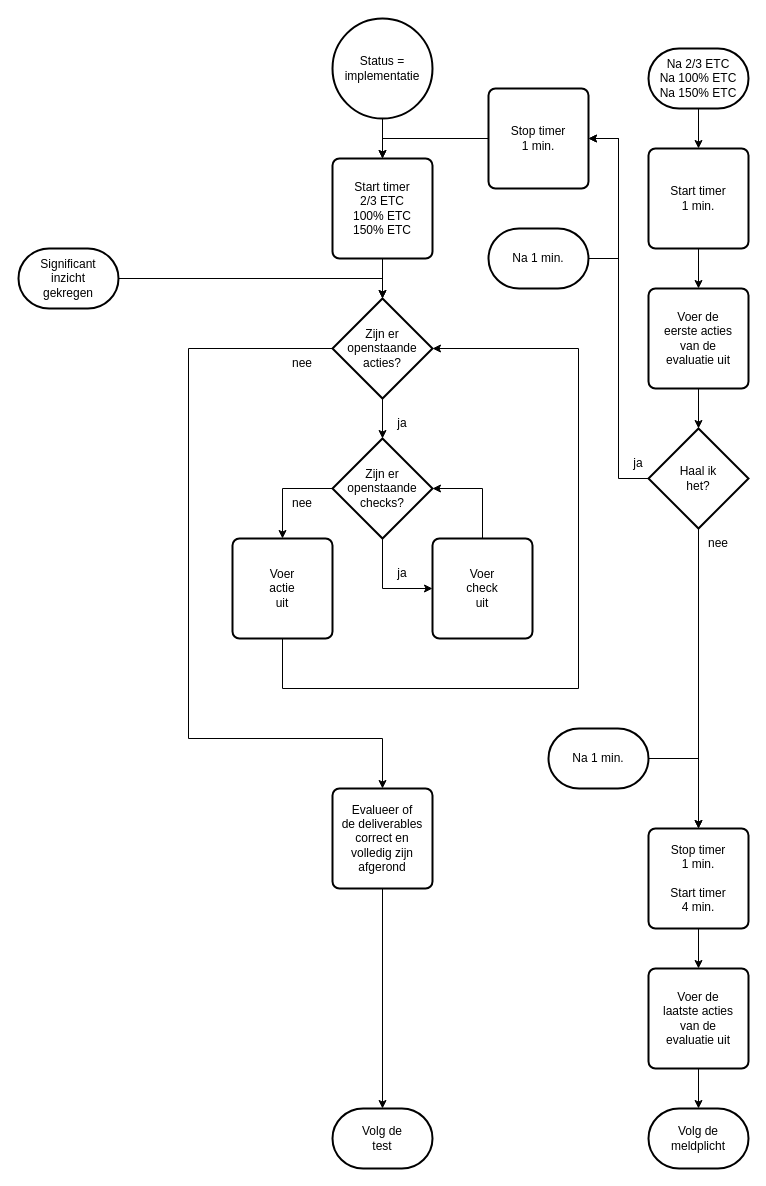
Above: 7 Issue Tracker implementatie.drawio in Zaibatsu89/IssueTracker (draw.io), before the change. Source tidied: cells renumbered, new cells numbered last; positions are measured from the earlier drawing's top-left corner, leaving out a move shared by most shapes. Both pictures are drawn from the tidied source at 100%, with x=0, y=0 at pixel (18, 18).
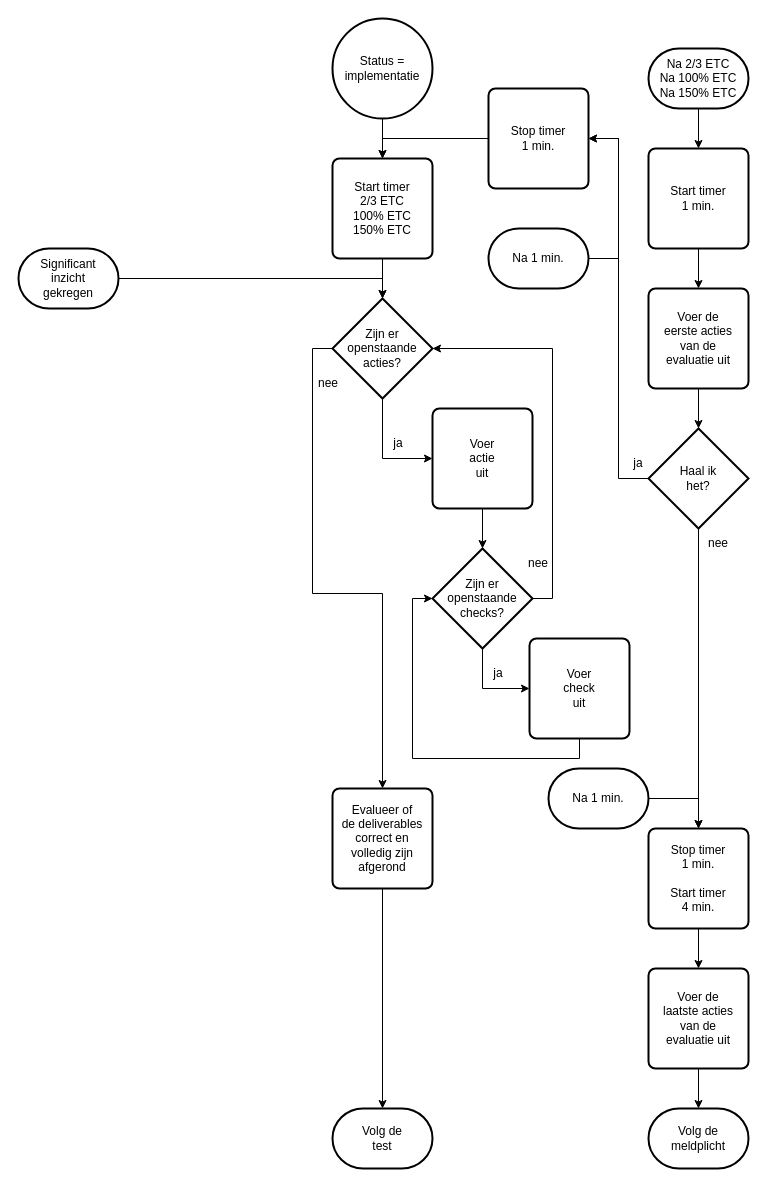
The same page after the edit.

The change refers to these unchanged cells:
```xml
<mxCell id="5" value="Start timer&lt;br&gt;2/3 ETC&lt;br&gt;100% ETC&lt;br&gt;150% ETC" style="rounded=1;whiteSpace=wrap;html=1;absoluteArcSize=1;arcSize=14;strokeWidth=2;" parent="1" vertex="1">
  <mxGeometry x="314" y="140" width="100" height="100" as="geometry" />
</mxCell>
<mxCell id="21" value="Evalueer of&lt;br&gt;de deliverables&lt;br&gt;correct en&lt;br&gt;volledig zijn&lt;br&gt;afgerond" style="rounded=1;whiteSpace=wrap;html=1;absoluteArcSize=1;arcSize=14;strokeWidth=2;" parent="1" vertex="1">
  <mxGeometry x="314" y="770" width="100" height="100" as="geometry" />
</mxCell>
```

Diff of the diagram source:
```diff
@@
-    <mxCell id="4" style="edgeStyle=orthogonalEdgeStyle;rounded=0;jettySize=auto;html=1;" parent="1" edge="1" source="5" target="7">
-      <mxGeometry relative="1" as="geometry" />
-    </mxCell>
@@
-    <mxCell id="6" style="edgeStyle=orthogonalEdgeStyle;rounded=0;jettySize=auto;html=1;" parent="1" edge="1" source="7" target="10">
-      <mxGeometry relative="1" as="geometry" />
-    </mxCell>
-    <mxCell id="7" value="Zijn er&lt;br&gt;openstaande&lt;br&gt;acties?" style="strokeWidth=2;html=1;shape=mxgraph.flowchart.decision;whiteSpace=wrap;" parent="1" vertex="1">
-      <mxGeometry x="314" y="280" width="100" height="100" as="geometry" />
-    </mxCell>
-    <mxCell id="8" style="edgeStyle=orthogonalEdgeStyle;rounded=0;jettySize=auto;html=1;exitX=0.5;exitY=1;exitDx=0;exitDy=0;exitPerimeter=0;entryX=0;entryY=0.5;entryDx=0;entryDy=0;" parent="1" edge="1" source="10" target="12">
-      <mxGeometry relative="1" as="geometry" />
-    </mxCell>
-    <mxCell id="9" style="edgeStyle=orthogonalEdgeStyle;rounded=0;jettySize=auto;html=1;exitX=0;exitY=0.5;exitDx=0;exitDy=0;exitPerimeter=0;entryX=0.5;entryY=0;entryDx=0;entryDy=0;" parent="1" edge="1" source="10" target="15">
-      <mxGeometry relative="1" as="geometry" />
-    </mxCell>
-    <mxCell id="10" value="Zijn er&lt;br&gt;openstaande&lt;br&gt;checks?" style="strokeWidth=2;html=1;shape=mxgraph.flowchart.decision;whiteSpace=wrap;" parent="1" vertex="1">
-      <mxGeometry x="314" y="420" width="100" height="100" as="geometry" />
-    </mxCell>
-    <mxCell id="11" value="ja" style="text;html=1;whiteSpace=wrap;strokeColor=none;fillColor=none;align=center;verticalAlign=middle;rounded=0;" parent="1" vertex="1">
-      <mxGeometry x="354" y="390" width="60" height="30" as="geometry" />
-    </mxCell>
-    <mxCell id="12" value="Voer&lt;br&gt;check&lt;br&gt;uit" style="rounded=1;whiteSpace=wrap;html=1;absoluteArcSize=1;arcSize=14;strokeWidth=2;" parent="1" vertex="1">
-      <mxGeometry x="414" y="520" width="100" height="100" as="geometry" />
-    </mxCell>
-    <mxCell id="13" style="edgeStyle=orthogonalEdgeStyle;rounded=0;jettySize=auto;html=1;exitX=0.5;exitY=0;exitDx=0;exitDy=0;entryX=1;entryY=0.5;entryDx=0;entryDy=0;entryPerimeter=0;" parent="1" edge="1" source="12" target="10">
-      <mxGeometry relative="1" as="geometry" />
-    </mxCell>
-    <mxCell id="14" value="ja" style="text;html=1;whiteSpace=wrap;strokeColor=none;fillColor=none;align=center;verticalAlign=middle;rounded=0;" parent="1" vertex="1">
-      <mxGeometry x="354" y="540" width="60" height="30" as="geometry" />
-    </mxCell>
-    <mxCell id="15" value="Voer&lt;br&gt;actie&lt;br&gt;uit" style="rounded=1;whiteSpace=wrap;html=1;absoluteArcSize=1;arcSize=14;strokeWidth=2;" parent="1" vertex="1">
-      <mxGeometry x="214" y="520" width="100" height="100" as="geometry" />
-    </mxCell>
-    <mxCell id="16" value="nee" style="text;html=1;whiteSpace=wrap;strokeColor=none;fillColor=none;align=center;verticalAlign=middle;rounded=0;" parent="1" vertex="1">
-      <mxGeometry x="254" y="470" width="60" height="30" as="geometry" />
-    </mxCell>
-    <mxCell id="17" style="edgeStyle=orthogonalEdgeStyle;rounded=0;jettySize=auto;html=1;exitX=0.5;exitY=1;exitDx=0;exitDy=0;entryX=1;entryY=0.5;entryDx=0;entryDy=0;entryPerimeter=0;" parent="1" edge="1" source="15" target="7">
-      <mxGeometry relative="1" as="geometry">
-        <Array as="points">
-          <mxPoint x="264" y="670" />
-          <mxPoint x="560" y="670" />
-          <mxPoint x="560" y="330" />
-        </Array>
-      </mxGeometry>
-    </mxCell>
-    <mxCell id="18" style="edgeStyle=orthogonalEdgeStyle;rounded=0;jettySize=auto;html=1;exitX=0;exitY=0.5;exitDx=0;exitDy=0;exitPerimeter=0;entryX=0.5;entryY=0;entryDx=0;entryDy=0;" parent="1" edge="1" source="7" target="21">
-      <mxGeometry relative="1" as="geometry">
-        <Array as="points">
-          <mxPoint x="170" y="330" />
-          <mxPoint x="170" y="720" />
-          <mxPoint x="364" y="720" />
-        </Array>
-      </mxGeometry>
-    </mxCell>
-    <mxCell id="19" value="nee" style="text;html=1;whiteSpace=wrap;strokeColor=none;fillColor=none;align=center;verticalAlign=middle;rounded=0;" parent="1" vertex="1">
-      <mxGeometry x="254" y="330" width="60" height="30" as="geometry" />
-    </mxCell>
@@
     <mxCell id="42" value="Na 1 min." style="strokeWidth=2;html=1;shape=mxgraph.flowchart.terminator;whiteSpace=wrap;" parent="1" vertex="1">
-      <mxGeometry x="530" y="710" width="100" height="60" as="geometry" />
+      <mxGeometry x="530" y="750" width="100" height="60" as="geometry" />
     </mxCell>
@@
+    <mxCell id="46" value="Volg de&lt;br&gt;meldplicht" style="strokeWidth=2;html=1;shape=mxgraph.flowchart.terminator;whiteSpace=wrap;" parent="1" vertex="1">
+      <mxGeometry x="630" y="1090" width="100" height="60" as="geometry" />
+    </mxCell>
+    <mxCell id="47" style="edgeStyle=orthogonalEdgeStyle;rounded=0;jettySize=auto;html=1;exitX=0.5;exitY=1;exitDx=0;exitDy=0;exitPerimeter=0;entryX=0;entryY=0.5;entryDx=0;entryDy=0;" parent="1" edge="1" source="7" target="15">
+      <mxGeometry relative="1" as="geometry" />
+    </mxCell>
+    <mxCell id="18" style="edgeStyle=orthogonalEdgeStyle;rounded=0;jettySize=auto;html=1;exitX=0;exitY=0.5;exitDx=0;exitDy=0;exitPerimeter=0;entryX=0.5;entryY=0;entryDx=0;entryDy=0;" parent="1" edge="1" source="7" target="21">
+      <mxGeometry relative="1" as="geometry" />
+    </mxCell>
+    <mxCell id="7" value="Zijn er&lt;br&gt;openstaande&lt;br&gt;acties?" style="strokeWidth=2;html=1;shape=mxgraph.flowchart.decision;whiteSpace=wrap;" parent="1" vertex="1">
+      <mxGeometry x="314" y="280" width="100" height="100" as="geometry" />
+    </mxCell>
+    <mxCell id="8" style="edgeStyle=orthogonalEdgeStyle;rounded=0;jettySize=auto;html=1;exitX=0.5;exitY=1;exitDx=0;exitDy=0;entryX=0;entryY=0.5;entryDx=0;entryDy=0;exitPerimeter=0;" parent="1" edge="1" source="10" target="12">
+      <mxGeometry relative="1" as="geometry" />
+    </mxCell>
+    <mxCell id="10" value="Zijn er&lt;br&gt;openstaande&lt;br&gt;checks?" style="strokeWidth=2;html=1;shape=mxgraph.flowchart.decision;whiteSpace=wrap;" parent="1" vertex="1">
+      <mxGeometry x="414" y="530" width="100" height="100" as="geometry" />
+    </mxCell>
+    <mxCell id="48" value="ja" style="text;html=1;whiteSpace=wrap;strokeColor=none;fillColor=none;align=center;verticalAlign=middle;rounded=0;" parent="1" vertex="1">
+      <mxGeometry x="450" y="640" width="60" height="30" as="geometry" />
+    </mxCell>
+    <mxCell id="12" value="Voer&lt;br&gt;check&lt;br&gt;uit" style="rounded=1;whiteSpace=wrap;html=1;absoluteArcSize=1;arcSize=14;strokeWidth=2;" parent="1" vertex="1">
+      <mxGeometry x="511" y="620" width="100" height="100" as="geometry" />
+    </mxCell>
+    <mxCell id="49" value="ja" style="text;html=1;whiteSpace=wrap;strokeColor=none;fillColor=none;align=center;verticalAlign=middle;rounded=0;" parent="1" vertex="1">
+      <mxGeometry x="350" y="410" width="60" height="30" as="geometry" />
+    </mxCell>
+    <mxCell id="50" style="edgeStyle=orthogonalEdgeStyle;rounded=0;jettySize=auto;html=1;" parent="1" edge="1" source="15" target="10">
+      <mxGeometry relative="1" as="geometry" />
+    </mxCell>
+    <mxCell id="15" value="Voer&lt;br&gt;actie&lt;br&gt;uit" style="rounded=1;whiteSpace=wrap;html=1;absoluteArcSize=1;arcSize=14;strokeWidth=2;" parent="1" vertex="1">
+      <mxGeometry x="414" y="390" width="100" height="100" as="geometry" />
+    </mxCell>
+    <mxCell id="51" value="nee" style="text;html=1;whiteSpace=wrap;strokeColor=none;fillColor=none;align=center;verticalAlign=middle;rounded=0;" parent="1" vertex="1">
+      <mxGeometry x="490" y="530" width="60" height="30" as="geometry" />
+    </mxCell>
+    <mxCell id="52" value="nee" style="text;html=1;whiteSpace=wrap;strokeColor=none;fillColor=none;align=center;verticalAlign=middle;rounded=0;" parent="1" vertex="1">
+      <mxGeometry x="280" y="350" width="60" height="30" as="geometry" />
+    </mxCell>
+    <mxCell id="13" style="edgeStyle=orthogonalEdgeStyle;rounded=0;jettySize=auto;html=1;exitX=0.5;exitY=1;exitDx=0;exitDy=0;entryX=0;entryY=0.5;entryDx=0;entryDy=0;entryPerimeter=0;" parent="1" edge="1" source="12" target="10">
+      <mxGeometry relative="1" as="geometry" />
+    </mxCell>
+    <mxCell id="53" style="edgeStyle=orthogonalEdgeStyle;rounded=0;jettySize=auto;html=1;exitX=1;exitY=0.5;exitDx=0;exitDy=0;exitPerimeter=0;entryX=1;entryY=0.5;entryDx=0;entryDy=0;entryPerimeter=0;" parent="1" edge="1" source="10" target="7">
+      <mxGeometry relative="1" as="geometry" />
+    </mxCell>
+    <mxCell id="4" style="edgeStyle=orthogonalEdgeStyle;rounded=0;jettySize=auto;html=1;exitX=0.5;exitY=1;exitDx=0;exitDy=0;entryX=0.5;entryY=0;entryDx=0;entryDy=0;entryPerimeter=0;" parent="1" edge="1" source="5" target="7">
+      <mxGeometry relative="1" as="geometry" />
+    </mxCell>
@@
-    <mxCell id="46" value="Volg de&lt;br&gt;meldplicht" style="strokeWidth=2;html=1;shape=mxgraph.flowchart.terminator;whiteSpace=wrap;" parent="1" vertex="1">
-      <mxGeometry x="630" y="1090" width="100" height="60" as="geometry" />
-    </mxCell>
```
